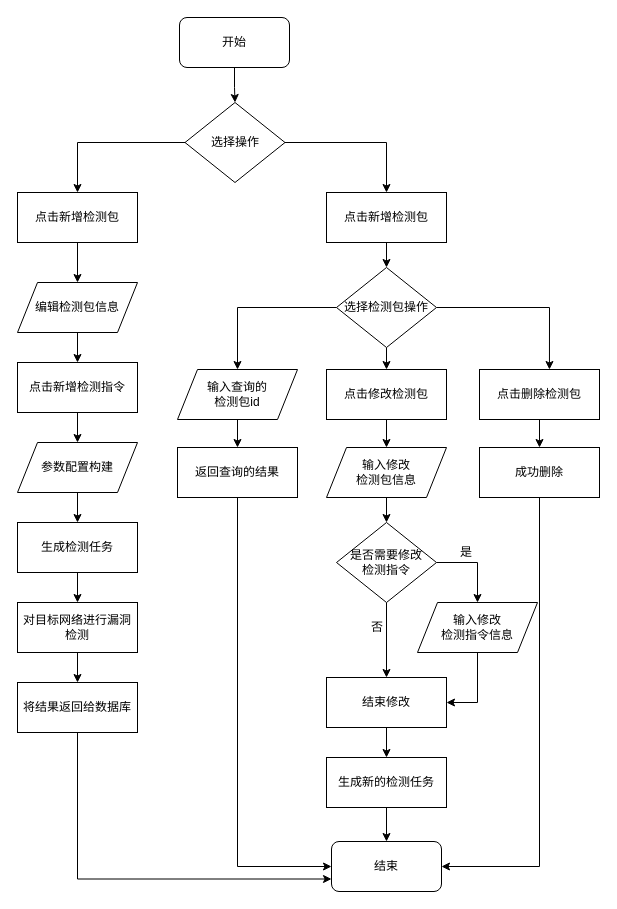
Niujieheng/GitHub_Jul keeps this draw.io diagram as 检测包.drawio. Above is the earlier version. Source tidied: cells renumbered, new cells numbered last; positions are measured from the earlier drawing's top-left corner, leaving out a move shared by most shapes. Both pictures are drawn from the tidied source at 100%, with x=0, y=0 at pixel (17, 17).
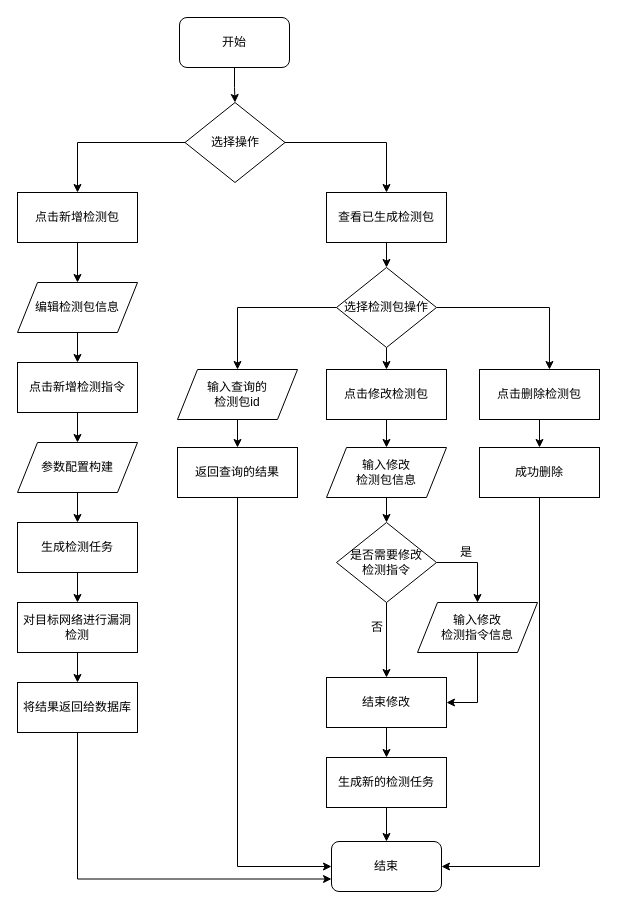
Above is the later version.

Commit message:
更新检测包.drawio

What changed in the source:
```diff
@@
-    <mxCell id="22" value="点击新增检测包" style="rounded=0;whiteSpace=wrap;html=1;" parent="1" vertex="1">
+    <mxCell id="22" value="查看已生成检测包" style="rounded=0;whiteSpace=wrap;html=1;" parent="1" vertex="1">
       <mxGeometry x="309" y="175" width="120" height="50" as="geometry" />
     </mxCell>
```
